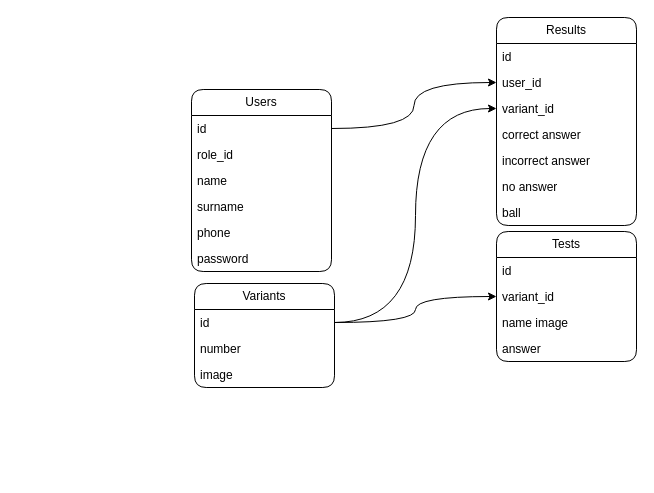
MardonAslonov/DrawIo keeps this draw.io diagram as GRE.drawio. Above is the earlier version. Source tidied: cells renumbered, new cells numbered last; positions are measured from the earlier drawing's top-left corner, leaving out a move shared by most shapes. Both pictures are drawn from the tidied source at 100%, with x=0, y=0 at pixel (191, 17).
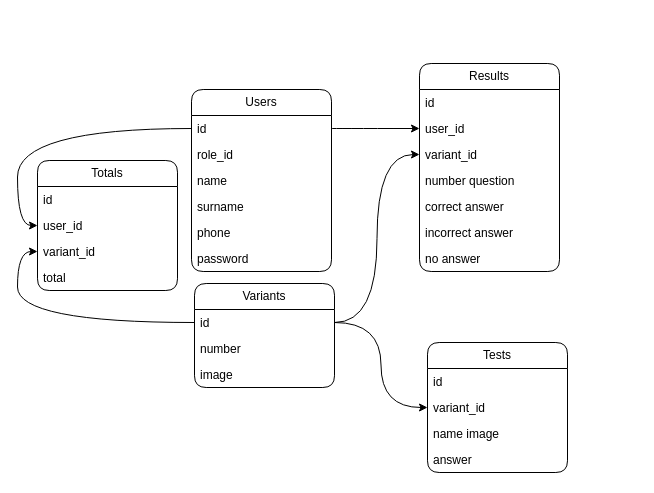
The same diagram, later.

Unchanged cells that the change refers to:
```xml
<mxCell id="8" value="id" style="text;strokeColor=none;fillColor=none;align=left;verticalAlign=top;spacingLeft=4;spacingRight=4;overflow=hidden;points=[[0,0.5],[1,0.5]];portConstraint=eastwest;whiteSpace=wrap;html=1;" parent="7" vertex="1">
  <mxGeometry y="26" width="140" height="26" as="geometry" />
</mxCell>
<mxCell id="24" value="id" style="text;strokeColor=none;fillColor=none;align=left;verticalAlign=top;spacingLeft=4;spacingRight=4;overflow=hidden;points=[[0,0.5],[1,0.5]];portConstraint=eastwest;whiteSpace=wrap;html=1;" parent="23" vertex="1">
  <mxGeometry y="26" width="140" height="26" as="geometry" />
</mxCell>
```

Diff of the diagram source:
```diff
@@
     <mxCell id="2" value="Tests" style="swimlane;fontStyle=0;horizontal=1;startSize=26;fillColor=none;whiteSpace=wrap;html=1;rounded=1;" parent="1" vertex="1">
-      <mxGeometry x="305" y="214" width="140" height="130" as="geometry" />
+      <mxGeometry x="236" y="325" width="140" height="130" as="geometry" />
     </mxCell>
@@
     <mxCell id="14" value="Results" style="swimlane;fontStyle=0;horizontal=1;startSize=26;fillColor=none;whiteSpace=wrap;html=1;rounded=1;" parent="1" vertex="1">
-      <mxGeometry x="305" width="140" height="208" as="geometry" />
+      <mxGeometry x="228" y="46" width="140" height="208" as="geometry" />
     </mxCell>
@@
+    <mxCell id="29" value="number question" style="text;strokeColor=none;fillColor=none;align=left;verticalAlign=top;spacingLeft=4;spacingRight=4;overflow=hidden;whiteSpace=wrap;html=1;" parent="14" vertex="1">
+      <mxGeometry y="104" width="140" height="26" as="geometry" />
+    </mxCell>
     <mxCell id="18" value="correct answer" style="text;strokeColor=none;fillColor=none;align=left;verticalAlign=top;spacingLeft=4;spacingRight=4;overflow=hidden;whiteSpace=wrap;html=1;" parent="14" vertex="1">
-      <mxGeometry y="104" width="140" height="26" as="geometry" />
+      <mxGeometry y="130" width="140" height="26" as="geometry" />
     </mxCell>
     <mxCell id="19" value="incorrect answer" style="text;strokeColor=none;fillColor=none;align=left;verticalAlign=top;spacingLeft=4;spacingRight=4;overflow=hidden;whiteSpace=wrap;html=1;" parent="14" vertex="1">
-      <mxGeometry y="130" width="140" height="26" as="geometry" />
+      <mxGeometry y="156" width="140" height="26" as="geometry" />
     </mxCell>
     <mxCell id="20" value="no answer" style="text;strokeColor=none;fillColor=none;align=left;verticalAlign=top;spacingLeft=4;spacingRight=4;overflow=hidden;whiteSpace=wrap;html=1;" parent="14" vertex="1">
-      <mxGeometry y="156" width="140" height="26" as="geometry" />
+      <mxGeometry y="182" width="140" height="26" as="geometry" />
     </mxCell>
-    <mxCell id="21" value="ball" style="text;strokeColor=none;fillColor=none;align=left;verticalAlign=top;spacingLeft=4;spacingRight=4;overflow=hidden;whiteSpace=wrap;html=1;" parent="14" vertex="1">
-      <mxGeometry y="182" width="140" height="26" as="geometry" />
-    </mxCell>
@@
+    <mxCell id="30" value="Totals" style="swimlane;fontStyle=0;horizontal=1;startSize=26;fillColor=none;whiteSpace=wrap;html=1;rounded=1;" parent="1" vertex="1">
+      <mxGeometry x="-154" y="143" width="140" height="130" as="geometry" />
+    </mxCell>
+    <mxCell id="31" value="id" style="text;strokeColor=none;fillColor=none;align=left;verticalAlign=top;spacingLeft=4;spacingRight=4;overflow=hidden;whiteSpace=wrap;html=1;" parent="30" vertex="1">
+      <mxGeometry y="26" width="140" height="26" as="geometry" />
+    </mxCell>
+    <mxCell id="32" value="user_id" style="text;strokeColor=none;fillColor=none;align=left;verticalAlign=top;spacingLeft=4;spacingRight=4;overflow=hidden;whiteSpace=wrap;html=1;" parent="30" vertex="1">
+      <mxGeometry y="52" width="140" height="26" as="geometry" />
+    </mxCell>
+    <mxCell id="33" value="variant_id" style="text;strokeColor=none;fillColor=none;align=left;verticalAlign=top;spacingLeft=4;spacingRight=4;overflow=hidden;points=[[0,0.5],[1,0.5]];portConstraint=eastwest;whiteSpace=wrap;html=1;" parent="30" vertex="1">
+      <mxGeometry y="78" width="140" height="26" as="geometry" />
+    </mxCell>
+    <mxCell id="34" value="total" style="text;strokeColor=none;fillColor=none;align=left;verticalAlign=top;spacingLeft=4;spacingRight=4;overflow=hidden;whiteSpace=wrap;html=1;" parent="30" vertex="1">
+      <mxGeometry y="104" width="140" height="26" as="geometry" />
+    </mxCell>
+    <mxCell id="35" style="edgeStyle=orthogonalEdgeStyle;rounded=0;jettySize=auto;html=1;entryX=0;entryY=0.5;entryDx=0;entryDy=0;curved=1;" parent="1" edge="1" source="8" target="30">
+      <mxGeometry relative="1" as="geometry" />
+    </mxCell>
+    <mxCell id="36" style="edgeStyle=orthogonalEdgeStyle;rounded=0;jettySize=auto;html=1;entryX=0;entryY=0.5;entryDx=0;entryDy=0;curved=1;" parent="1" edge="1" source="24" target="33">
+      <mxGeometry relative="1" as="geometry" />
+    </mxCell>
```
